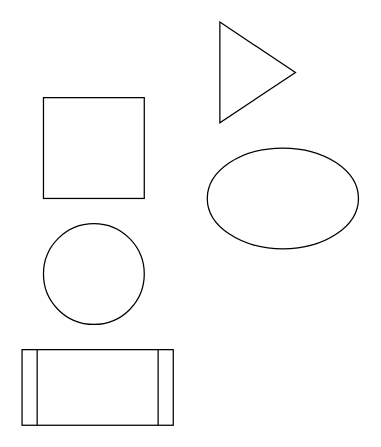
Before: 更新未命名表单.drawio in ymm97/draw, a draw.io diagram. Source tidied: cells renumbered, new cells numbered last; positions are measured from the earlier drawing's top-left corner, leaving out a move shared by most shapes. Both pictures are drawn from the tidied source at 126%, with x=0, y=0 at pixel (21, 21).
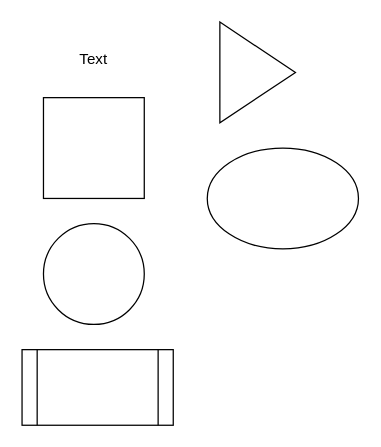
The same diagram, later.

Commit message:
更新更新未命名表单.drawio

Diff of the diagram source:
```diff
@@
 <mxGraphModel>
   <root>
     <mxCell id="0" />
     <mxCell id="1" parent="0" />
     <mxCell id="2" style="whiteSpace=wrap;html=1;" parent="1" vertex="1">
       <mxGeometry x="17" y="60" width="80" height="80" as="geometry" />
     </mxCell>
     <mxCell id="3" style="ellipse;whiteSpace=wrap;html=1;" parent="1" vertex="1">
       <mxGeometry x="17" y="160" width="80" height="80" as="geometry" />
     </mxCell>
     <mxCell id="4" style="ellipse;whiteSpace=wrap;html=1;" parent="1" vertex="1">
       <mxGeometry x="147" y="100" width="120" height="80" as="geometry" />
     </mxCell>
     <mxCell id="5" style="triangle;whiteSpace=wrap;html=1;" parent="1" vertex="1">
       <mxGeometry x="157" width="60" height="80" as="geometry" />
     </mxCell>
     <mxCell id="6" style="shape=process;whiteSpace=wrap;html=1;backgroundOutline=1;" parent="1" vertex="1">
       <mxGeometry y="260" width="120" height="60" as="geometry" />
     </mxCell>
+    <mxCell id="7" value="Text" style="text;html=1;strokeColor=none;fillColor=none;align=center;verticalAlign=middle;whiteSpace=wrap;rounded=0;" parent="1" vertex="1">
+      <mxGeometry x="37" y="20" width="40" height="20" as="geometry" />
+    </mxCell>
   </root>
 </mxGraphModel>
```
